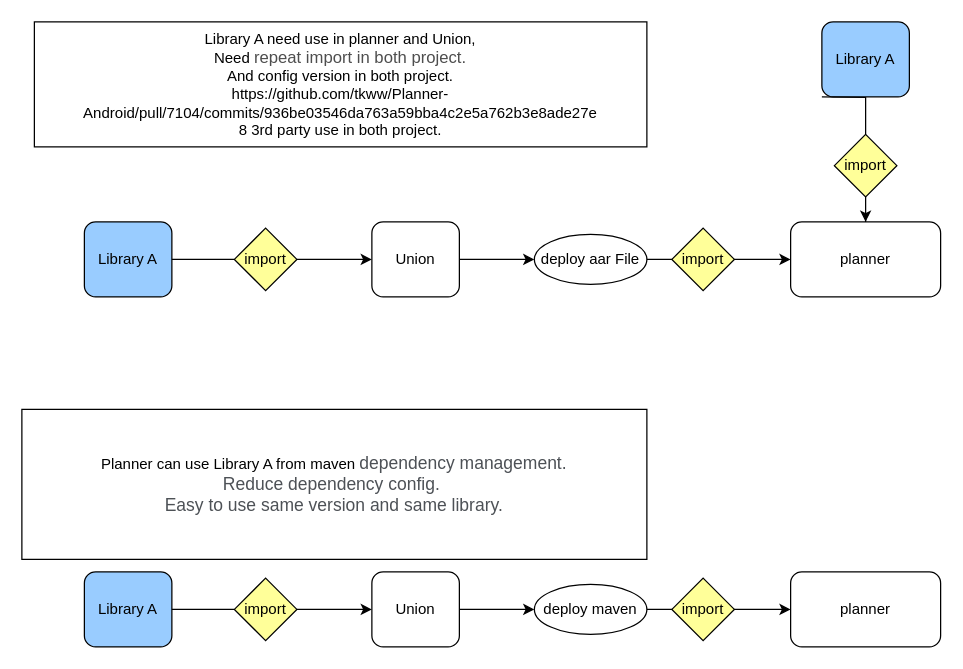
The draw.io diagram UnionDependency.drawio in gitdy/Draw_IO, before the edit. Source tidied: cells renumbered, new cells numbered last; positions are measured from the earlier drawing's top-left corner, leaving out a move shared by most shapes. Both pictures are drawn from the tidied source at 125%, with x=0, y=0 at pixel (21, 21).
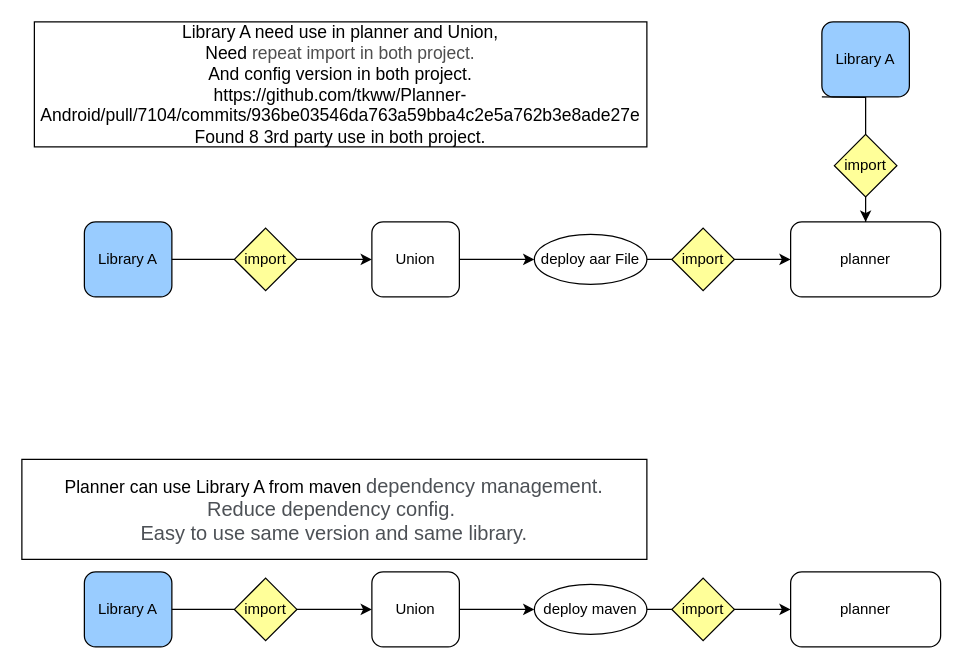
After the change.

Diff of the diagram source:
```diff
@@
-    <mxCell id="26" value="Library A need use in planner and Union,&lt;br&gt;Need&amp;nbsp;&lt;span style=&quot;color: rgb(78 , 78 , 78) ; font-family: &amp;#34;helvetica&amp;#34; , &amp;#34;lucida grande&amp;#34; , &amp;#34;lucida&amp;#34; , &amp;#34;verdana&amp;#34; , sans-serif ; font-size: 13.3333px ; background-color: rgb(255 , 255 , 255)&quot;&gt;repeat import in both project.&lt;br&gt;&lt;/span&gt;And config version in both project.&lt;br&gt;https://github.com/tkww/Planner-Android/pull/7104/commits/936be03546da763a59bba4c2e5a762b3e8ade27e&lt;br&gt;8 3rd party use in both project." style="rounded=0;whiteSpace=wrap;html=1;fillColor=#FFFFFF;" parent="1" vertex="1">
+    <mxCell id="26" value="&lt;font style=&quot;font-size: 14px&quot;&gt;Library A need use in planner and Union,&lt;br&gt;Need&amp;nbsp;&lt;span style=&quot;color: rgb(78 , 78 , 78) ; font-family: &amp;#34;helvetica&amp;#34; , &amp;#34;lucida grande&amp;#34; , &amp;#34;lucida&amp;#34; , &amp;#34;verdana&amp;#34; , sans-serif ; background-color: rgb(255 , 255 , 255)&quot;&gt;repeat import in both project.&lt;br&gt;&lt;/span&gt;And config version in both project.&lt;br&gt;https://github.com/tkww/Planner-Android/pull/7104/commits/936be03546da763a59bba4c2e5a762b3e8ade27e&lt;br&gt;Found 8 3rd party use in both project.&lt;/font&gt;" style="rounded=0;whiteSpace=wrap;html=1;fillColor=#FFFFFF;" parent="1" vertex="1">
       <mxGeometry x="10" width="490" height="100" as="geometry" />
     </mxCell>
-    <mxCell id="27" value="Planner can use Library A from maven&amp;nbsp;&lt;span style=&quot;color: rgb(77 , 81 , 86) ; font-family: &amp;#34;arial&amp;#34; , sans-serif ; font-size: 14px ; text-align: left ; background-color: rgb(255 , 255 , 255)&quot;&gt;dependency management.&lt;br&gt;Reduce dependency config.&amp;nbsp;&lt;br&gt;Easy to use same version and same library.&lt;br&gt;&lt;/span&gt;" style="rounded=0;whiteSpace=wrap;html=1;fillColor=#FFFFFF;" parent="1" vertex="1">
-      <mxGeometry y="310" width="500" height="120" as="geometry" />
+    <mxCell id="27" value="&lt;font style=&quot;font-size: 14px&quot;&gt;Planner can use Library A from maven&amp;nbsp;&lt;/font&gt;&lt;span style=&quot;color: rgb(77 , 81 , 86) ; font-family: &amp;#34;arial&amp;#34; , sans-serif ; text-align: left ; background-color: rgb(255 , 255 , 255)&quot;&gt;&lt;font size=&quot;3&quot;&gt;dependency management.&lt;br&gt;Reduce dependency config.&amp;nbsp;&lt;br&gt;Easy to use same version and same library.&lt;/font&gt;&lt;br&gt;&lt;/span&gt;" style="rounded=0;whiteSpace=wrap;html=1;fillColor=#FFFFFF;" parent="1" vertex="1">
+      <mxGeometry y="350" width="500" height="80" as="geometry" />
     </mxCell>
```
